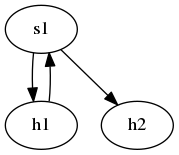
Before: example/simple_graph.png, a diagram exported from Graphviz (kevinbird61/fake-mininet). Its source is kept beside it as example/simple_graph.dot.
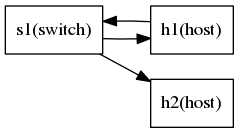
Later version of the same file.

What changed in the source:
```diff
@@ -1,6 +1,15 @@
 digraph G{
-s1->h1
-s1->h2
-h1->s1
+rankdir=LR;
+node [shape=record];
+
+s1 [label="s1(switch)"];
+h1 [label="h1(host)"];
+s1->h1;
+s1 [label="s1(switch)"];
+h2 [label="h2(host)"];
+s1->h2;
+h1 [label="h1(host)"];
+s1 [label="s1(switch)"];
+h1->s1;
 
 }
```
